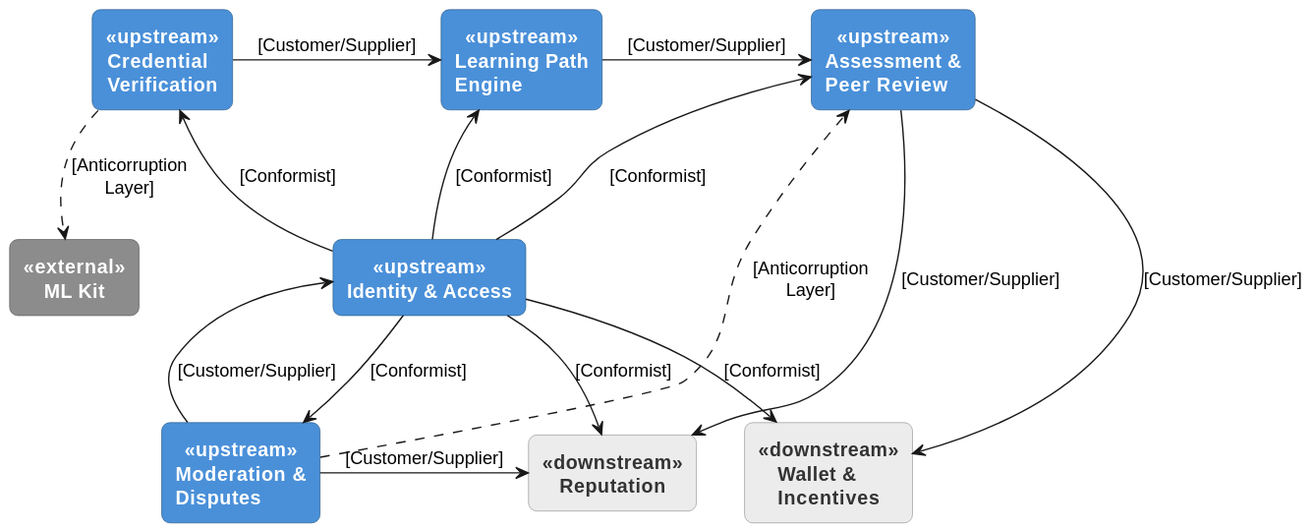
The PlantUML diagram images-doc/context-mapping.svg in Aplicaciones-Dispositivos-Moviles/SkillSwap-ProjectReport, before a commit. Its diagram source:
```plantuml
@startuml
skinparam backgroundColor transparent
skinparam rectangle {
    RoundCorner 12
    BorderColor #333333
    FontStyle bold
}

skinparam rectangle<<upstream>> {
    BackgroundColor #4A90D9
    FontColor white
    BorderColor #2C5F8A
}

skinparam rectangle<<downstream>> {
    BackgroundColor #ECECEC
    FontColor #333333
    BorderColor #999999
}

skinparam rectangle<<external>> {
    BackgroundColor #8C8C8C
    FontColor white
    BorderColor #5C5C5C
}

rectangle "Credential\nVerification" as CV <<upstream>>
rectangle "Learning Path\nEngine" as LPE <<upstream>>
rectangle "Assessment &\nPeer Review" as APR <<upstream>>
rectangle "ML Kit" as MLK <<external>>

rectangle "Identity & Access" as IAM <<upstream>>
rectangle "Reputation" as REP <<downstream>>

rectangle "Moderation &\nDisputes" as MOD <<upstream>>
rectangle "Wallet &\nIncentives" as WAL <<downstream>>

CV -[hidden]right-> LPE
LPE -[hidden]right-> APR
IAM -[hidden]right-> REP
MOD -[hidden]right-> WAL
CV -[hidden]down-> IAM
IAM -[hidden]down-> MOD


CV -right-> LPE : [Customer/Supplier]
LPE -right-> APR : [Customer/Supplier]
CV ..> MLK : [Anticorruption\nLayer]

IAM -up-> CV : [Conformist]
IAM -up-> LPE : [Conformist]
IAM -up-> APR : [Conformist]
IAM -right-> REP : [Conformist]
IAM -down-> WAL : [Conformist]
IAM -left-> MOD : [Conformist]

APR -down-> REP : [Customer/Supplier]
APR -down-> WAL : [Customer/Supplier]

MOD -up-> IAM : [Customer/Supplier]
MOD -right-> REP : [Customer/Supplier]
MOD ..> APR : [Anticorruption\nLayer]
@enduml
```
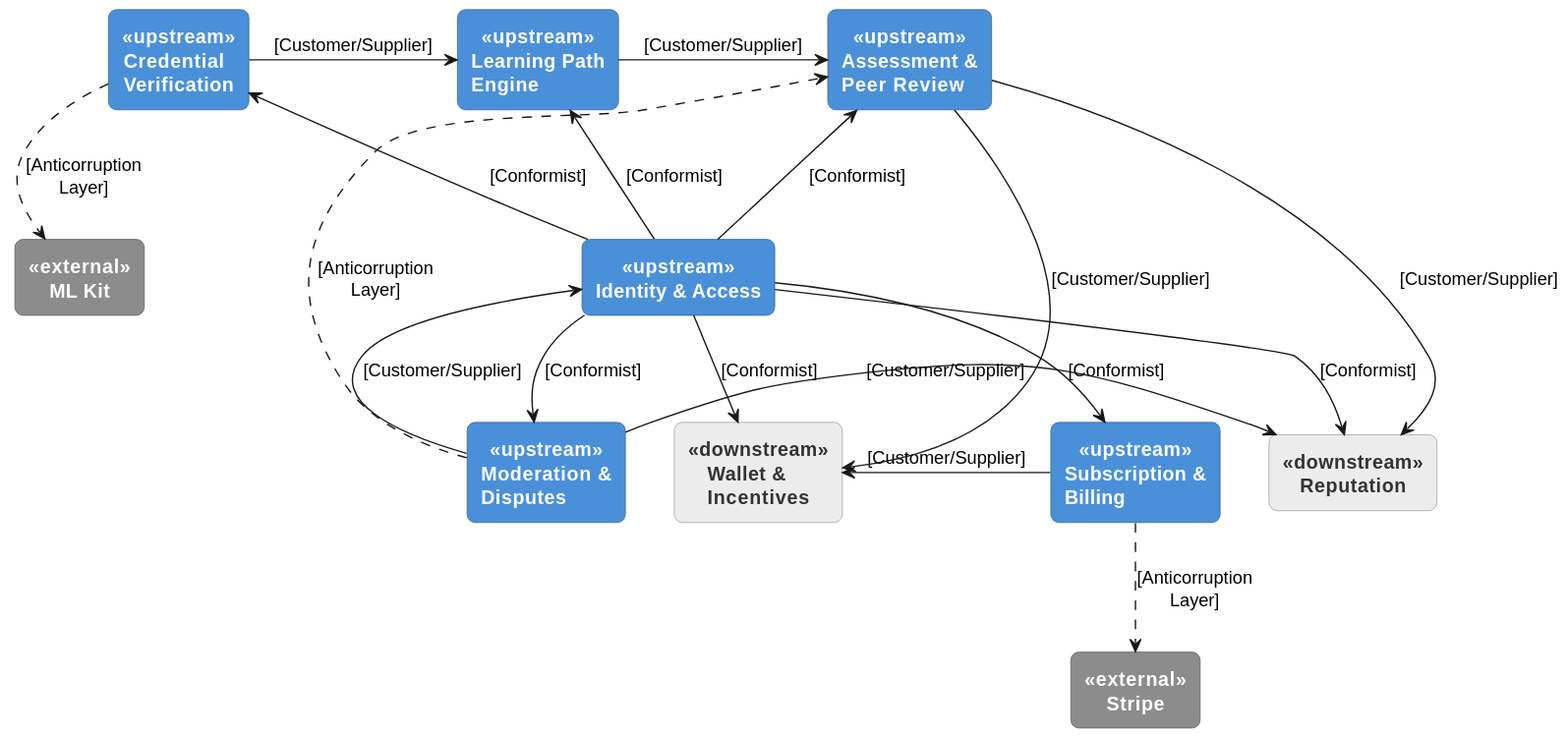
After the change.

The edit, as a diff of the source:
```diff
@@ -34,11 +34,16 @@
 
 rectangle "Moderation &\nDisputes" as MOD <<upstream>>
 rectangle "Wallet &\nIncentives" as WAL <<downstream>>
+rectangle "Subscription &\nBilling" as SUB <<upstream>>
+rectangle "Stripe" as STR <<external>>
 
 CV -[hidden]right-> LPE
 LPE -[hidden]right-> APR
+APR -[hidden]right-> MLK
 IAM -[hidden]right-> REP
 MOD -[hidden]right-> WAL
+WAL -[hidden]right-> SUB
+SUB -[hidden]right-> STR
 CV -[hidden]down-> IAM
 IAM -[hidden]down-> MOD
 
@@ -53,6 +58,7 @@
 IAM -right-> REP : [Conformist]
 IAM -down-> WAL : [Conformist]
 IAM -left-> MOD : [Conformist]
+IAM -down-> SUB : [Conformist]
 
 APR -down-> REP : [Customer/Supplier]
 APR -down-> WAL : [Customer/Supplier]
@@ -60,4 +66,7 @@
 MOD -up-> IAM : [Customer/Supplier]
 MOD -right-> REP : [Customer/Supplier]
 MOD ..> APR : [Anticorruption\nLayer]
+
+SUB -left-> WAL : [Customer/Supplier]
+SUB ..> STR : [Anticorruption\nLayer]
 @enduml
```
